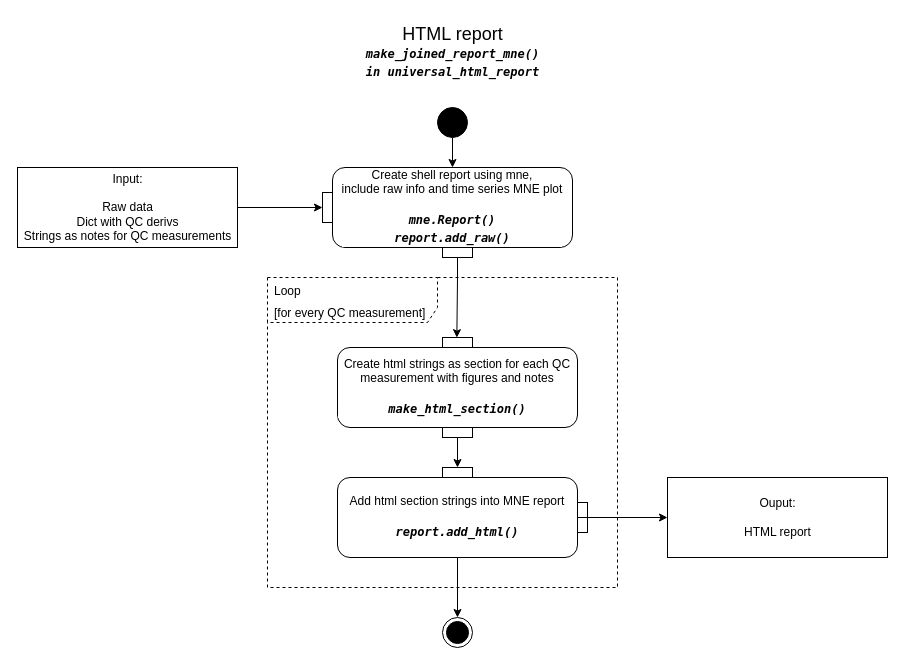
This is diagrams/_Report_UML2.5.drawio from oldgandalf/MEGqcJorge, a draw.io file, before an edit. Source tidied: cells renumbered, new cells numbered last; positions are measured from the earlier drawing's top-left corner, leaving out a move shared by most shapes. Both pictures are drawn from the tidied source at 100%, with x=0, y=0 at pixel (17, 17).
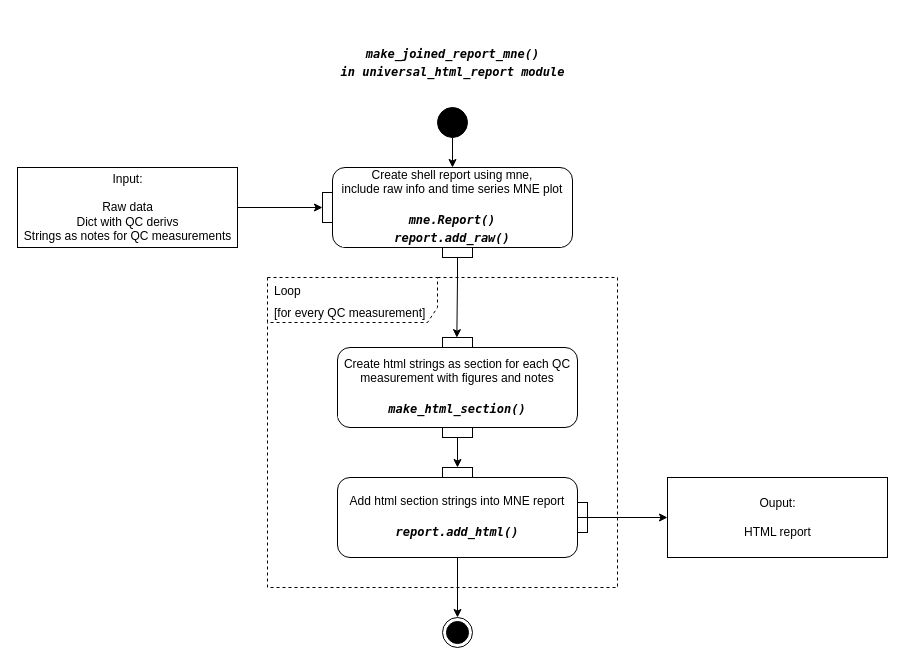
Above is the later version.

Diff of the diagram source:
```diff
@@
-    <mxCell id="2" value="HTML report&lt;br&gt;&lt;div style=&quot;background-color: rgb(255, 255, 255); font-family: Menlo, Monaco, &amp;quot;Courier New&amp;quot;, monospace; font-size: 12px; line-height: 18px;&quot;&gt;&lt;b&gt;&lt;i&gt;make_joined_report_mne()&lt;/i&gt;&lt;/b&gt;&lt;/div&gt;&lt;div style=&quot;background-color: rgb(255, 255, 255); font-family: Menlo, Monaco, &amp;quot;Courier New&amp;quot;, monospace; font-size: 12px; line-height: 18px;&quot;&gt;&lt;b&gt;&lt;i&gt;in universal_html_report&lt;/i&gt;&lt;/b&gt;&lt;/div&gt;" style="text;html=1;align=center;verticalAlign=middle;strokeColor=none;fillColor=none;fontSize=18;" parent="1" vertex="1">
-      <mxGeometry x="335" width="200" height="70" as="geometry" />
+    <mxCell id="2" value="&lt;br&gt;&lt;div style=&quot;background-color: rgb(255, 255, 255); font-family: Menlo, Monaco, &amp;quot;Courier New&amp;quot;, monospace; font-size: 12px; line-height: 18px;&quot;&gt;&lt;b&gt;&lt;i&gt;make_joined_report_mne()&lt;/i&gt;&lt;/b&gt;&lt;/div&gt;&lt;div style=&quot;background-color: rgb(255, 255, 255); font-family: Menlo, Monaco, &amp;quot;Courier New&amp;quot;, monospace; font-size: 12px; line-height: 18px;&quot;&gt;&lt;b&gt;&lt;i&gt;in universal_html_report module&lt;/i&gt;&lt;/b&gt;&lt;/div&gt;" style="text;html=1;align=center;verticalAlign=middle;strokeColor=none;fillColor=none;fontSize=18;" parent="1" vertex="1">
+      <mxGeometry x="310" width="250" height="70" as="geometry" />
     </mxCell>
```
